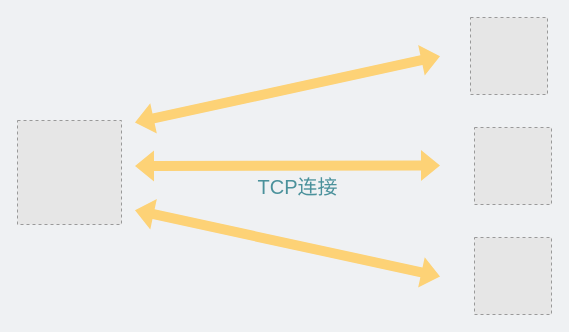
Earlier version of the draw.io diagram network/反向代理.drawio (xiaobaiTech/image). Source tidied: cells renumbered, new cells numbered last; positions are measured from the earlier drawing's top-left corner, leaving out a move shared by most shapes. Both pictures are drawn from the tidied source at 100%, with x=0, y=0 at pixel (17, 17). Pictures stored in the file or linked from it are replaced by grey dashed boxes.
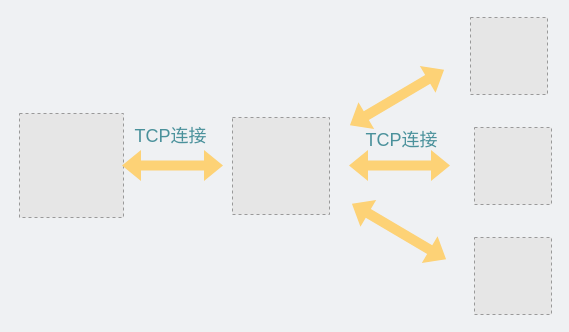
The same diagram, later.

Commit message:
更新反向代理.drawio

The edit, as a diff of the source:
```diff
@@
 <mxGraphModel background="#EFF1F3">
   <root>
     <mxCell id="0" />
     <mxCell id="1" parent="0" />
     <mxCell id="2" style="fillColor=#E6E6E6;strokeColor=#999999;dashed=1;verticalLabelPosition=bottom;verticalAlign=top;" parent="1" vertex="1">
       <mxGeometry x="457" y="220" width="77" height="77" as="geometry" />
     </mxCell>
     <mxCell id="3" style="shape=flexArrow;endArrow=classic;startArrow=classic;html=1;rounded=0;fillColor=#FDD276;strokeColor=none;" parent="1" edge="1">
       <mxGeometry relative="1" as="geometry">
-        <mxPoint x="117" y="148.6" as="sourcePoint" />
-        <mxPoint x="423" y="148" as="targetPoint" />
+        <mxPoint x="331" y="148" as="sourcePoint" />
+        <mxPoint x="433" y="148" as="targetPoint" />
       </mxGeometry>
     </mxCell>
-    <mxCell id="4" value="&lt;font style=&quot;font-size: 20px;&quot; color=&quot;#4a919b&quot;&gt;TCP连接&lt;/font&gt;" style="text;html=1;strokeColor=none;fillColor=none;align=center;verticalAlign=middle;whiteSpace=wrap;rounded=0;" parent="1" vertex="1">
-      <mxGeometry x="222" y="154" width="116.5" height="30" as="geometry" />
+    <mxCell id="4" value="&lt;font style=&quot;font-size: 18px;&quot; color=&quot;#4a919b&quot;&gt;TCP连接&lt;/font&gt;" style="text;html=1;strokeColor=none;fillColor=none;align=center;verticalAlign=middle;whiteSpace=wrap;rounded=0;" parent="1" vertex="1">
+      <mxGeometry x="95" y="104" width="116.5" height="30" as="geometry" />
     </mxCell>
     <mxCell id="5" style="fillColor=#E6E6E6;strokeColor=#999999;dashed=1;verticalLabelPosition=bottom;labelBackgroundColor=default;verticalAlign=top;" parent="1" vertex="1">
-      <mxGeometry y="103" width="104" height="104" as="geometry" />
+      <mxGeometry x="2" y="96" width="104" height="104" as="geometry" />
     </mxCell>
     <mxCell id="6" style="fillColor=#E6E6E6;strokeColor=#999999;dashed=1;verticalLabelPosition=bottom;verticalAlign=top;" parent="1" vertex="1">
       <mxGeometry x="457" y="110" width="77" height="77" as="geometry" />
     </mxCell>
     <mxCell id="7" style="fillColor=#E6E6E6;strokeColor=#999999;dashed=1;verticalLabelPosition=bottom;verticalAlign=top;" parent="1" vertex="1">
       <mxGeometry x="453" width="77" height="77" as="geometry" />
     </mxCell>
-    <mxCell id="8" style="shape=flexArrow;endArrow=classic;startArrow=classic;html=1;rounded=0;fillColor=#FDD276;strokeColor=none;" parent="1" edge="1">
-      <mxGeometry relative="1" as="geometry">
-        <mxPoint x="117" y="192.6" as="sourcePoint" />
-        <mxPoint x="423" y="259" as="targetPoint" />
-      </mxGeometry>
-    </mxCell>
-    <mxCell id="9" style="shape=flexArrow;endArrow=classic;startArrow=classic;html=1;rounded=0;fillColor=#FDD276;strokeColor=none;" parent="1" edge="1">
-      <mxGeometry relative="1" as="geometry">
-        <mxPoint x="117" y="105" as="sourcePoint" />
-        <mxPoint x="423" y="38.6" as="targetPoint" />
-      </mxGeometry>
-    </mxCell>
+    <mxCell id="10" style="fillColor=#E6E6E6;strokeColor=#999999;dashed=1;verticalLabelPosition=bottom;labelBackgroundColor=default;verticalAlign=top;" parent="1" vertex="1">
+      <mxGeometry x="215" y="100" width="97" height="97" as="geometry" />
+    </mxCell>
+    <mxCell id="11" style="shape=flexArrow;endArrow=classic;startArrow=classic;html=1;rounded=0;fillColor=#FDD276;strokeColor=none;" parent="1" edge="1">
+      <mxGeometry relative="1" as="geometry">
+        <mxPoint x="334" y="186" as="sourcePoint" />
+        <mxPoint x="429" y="242" as="targetPoint" />
+      </mxGeometry>
+    </mxCell>
+    <mxCell id="12" style="shape=flexArrow;endArrow=classic;startArrow=classic;html=1;rounded=0;fillColor=#FDD276;strokeColor=none;" parent="1" edge="1">
+      <mxGeometry relative="1" as="geometry">
+        <mxPoint x="332" y="108" as="sourcePoint" />
+        <mxPoint x="427" y="52" as="targetPoint" />
+      </mxGeometry>
+    </mxCell>
+    <mxCell id="13" style="shape=flexArrow;endArrow=classic;startArrow=classic;html=1;rounded=0;fillColor=#FDD276;strokeColor=none;" parent="1" edge="1">
+      <mxGeometry relative="1" as="geometry">
+        <mxPoint x="104" y="148" as="sourcePoint" />
+        <mxPoint x="206" y="148" as="targetPoint" />
+      </mxGeometry>
+    </mxCell>
+    <mxCell id="14" value="&lt;font style=&quot;font-size: 18px;&quot; color=&quot;#4a919b&quot;&gt;TCP连接&lt;/font&gt;" style="text;html=1;strokeColor=none;fillColor=none;align=center;verticalAlign=middle;whiteSpace=wrap;rounded=0;" parent="1" vertex="1">
+      <mxGeometry x="326" y="108" width="116.5" height="30" as="geometry" />
+    </mxCell>
   </root>
 </mxGraphModel>
```
